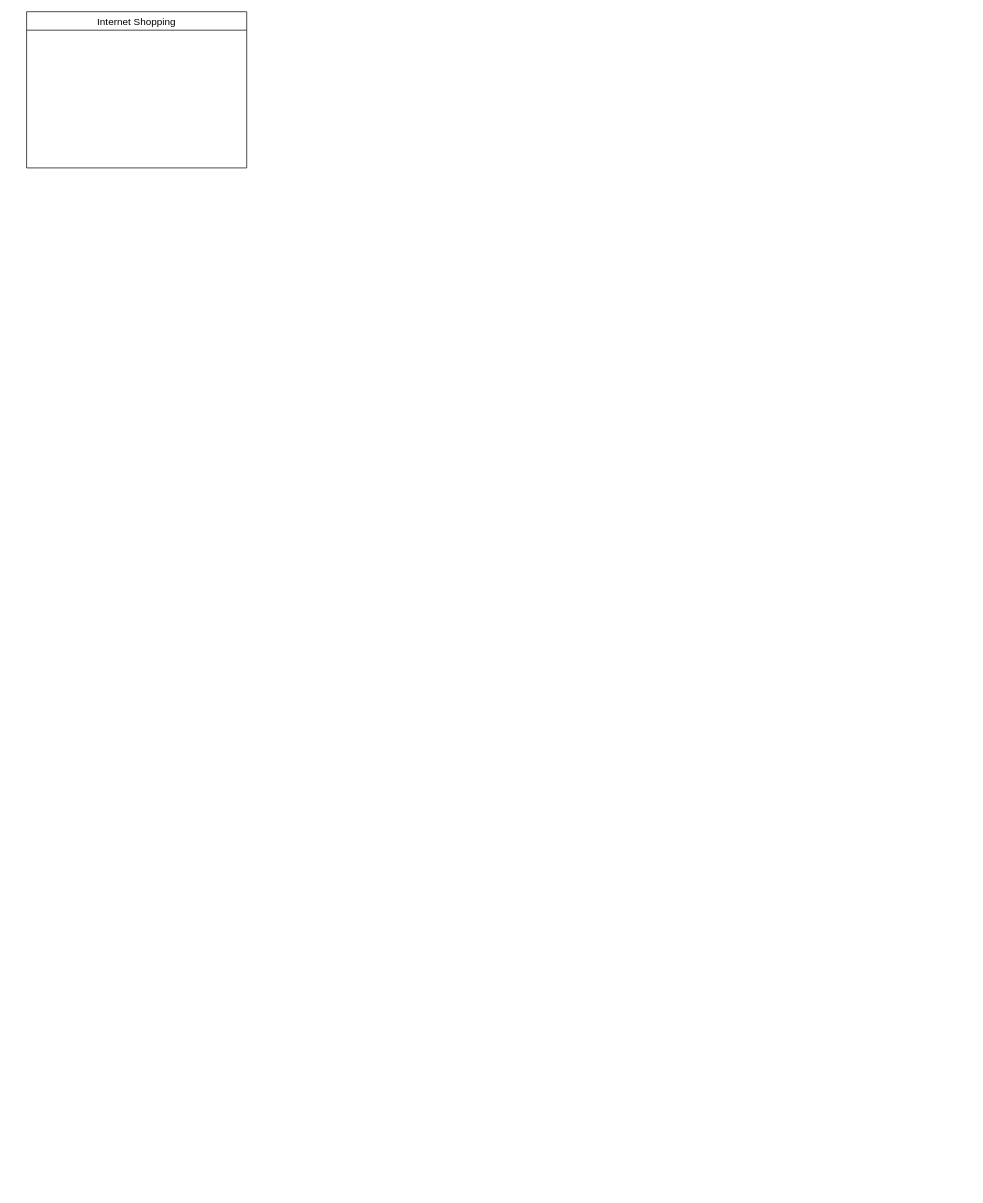
Earlier version of the draw.io diagram obos7th.drawio (mati-tech/draw.io). Source tidied: cells renumbered, new cells numbered last; positions are measured from the earlier drawing's top-left corner, leaving out a move shared by most shapes. Both pictures are drawn from the tidied source at 71%, with x=0, y=0 at pixel (26, 11).
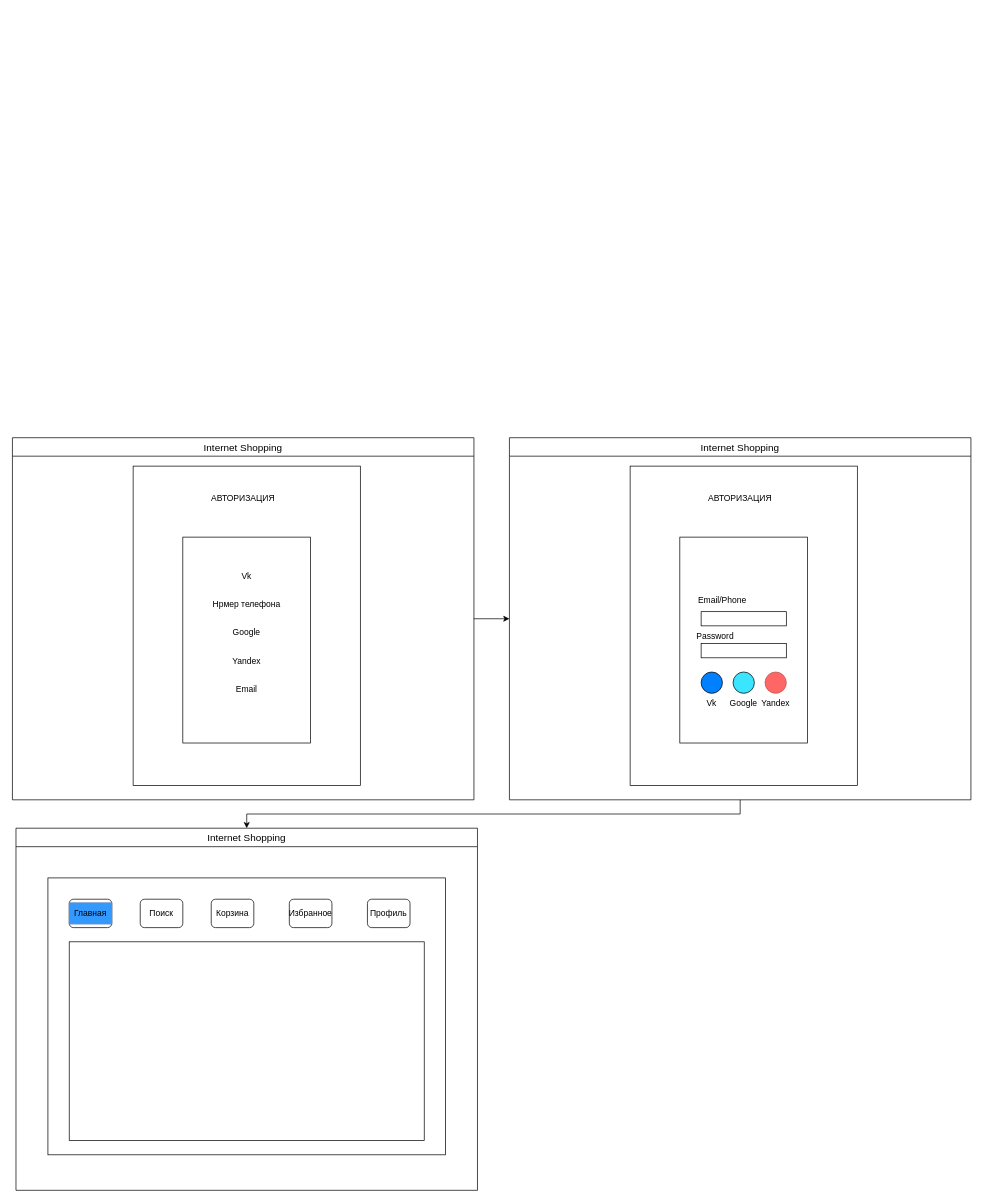
Above is the later version.

Change to the diagram source:
```diff
@@
-    <mxCell id="2" value="Internet Shopping" style="swimlane;fontStyle=0;horizontal=1;startSize=26;align=center;fontSize=14;" parent="1" vertex="1">
-      <mxGeometry width="310" height="220" as="geometry" />
-    </mxCell>
+    <mxCell id="3" style="edgeStyle=orthogonalEdgeStyle;rounded=0;jettySize=auto;html=1;entryX=0;entryY=0.5;entryDx=0;entryDy=0;" parent="1" edge="1" source="4" target="14">
+      <mxGeometry relative="1" as="geometry" />
+    </mxCell>
+    <mxCell id="4" value="Internet Shopping" style="swimlane;fontStyle=0;horizontal=1;startSize=26;align=center;fontSize=14;" parent="1" vertex="1">
+      <mxGeometry x="-20" y="600" width="650" height="510" as="geometry" />
+    </mxCell>
+    <mxCell id="5" style="rounded=0;whiteSpace=wrap;html=1;" parent="1" vertex="1">
+      <mxGeometry x="150" y="640" width="320" height="450" as="geometry" />
+    </mxCell>
+    <mxCell id="6" style="rounded=0;whiteSpace=wrap;html=1;" parent="1" vertex="1">
+      <mxGeometry x="220" y="740" width="180" height="290" as="geometry" />
+    </mxCell>
+    <mxCell id="7" value="Yandex" style="text;html=1;align=center;verticalAlign=middle;whiteSpace=wrap;rounded=0;" parent="1" vertex="1">
+      <mxGeometry x="280" y="900" width="60" height="30" as="geometry" />
+    </mxCell>
+    <mxCell id="8" value="Vk" style="text;html=1;align=center;verticalAlign=middle;whiteSpace=wrap;rounded=0;" parent="1" vertex="1">
+      <mxGeometry x="280" y="780" width="60" height="30" as="geometry" />
+    </mxCell>
+    <mxCell id="9" value="Нрмер телефона" style="text;html=1;align=center;verticalAlign=middle;whiteSpace=wrap;rounded=0;" parent="1" vertex="1">
+      <mxGeometry x="260" y="820" width="100" height="30" as="geometry" />
+    </mxCell>
+    <mxCell id="10" value="Google" style="text;html=1;align=center;verticalAlign=middle;whiteSpace=wrap;rounded=0;" parent="1" vertex="1">
+      <mxGeometry x="280" y="860" width="60" height="30" as="geometry" />
+    </mxCell>
+    <mxCell id="11" value="АВТОРИЗАЦИЯ" style="text;html=1;align=center;verticalAlign=middle;whiteSpace=wrap;rounded=0;" parent="1" vertex="1">
+      <mxGeometry x="275" y="670" width="60" height="30" as="geometry" />
+    </mxCell>
+    <mxCell id="12" value="Email" style="text;html=1;align=center;verticalAlign=middle;whiteSpace=wrap;rounded=0;" parent="1" vertex="1">
+      <mxGeometry x="280" y="940" width="60" height="30" as="geometry" />
+    </mxCell>
+    <mxCell id="13" style="edgeStyle=orthogonalEdgeStyle;rounded=0;jettySize=auto;html=1;entryX=0.5;entryY=0;entryDx=0;entryDy=0;" parent="1" edge="1" source="14" target="28">
+      <mxGeometry relative="1" as="geometry">
+        <Array as="points">
+          <mxPoint x="1005" y="1130" />
+          <mxPoint x="310" y="1130" />
+        </Array>
+      </mxGeometry>
+    </mxCell>
+    <mxCell id="14" value="Internet Shopping" style="swimlane;fontStyle=0;horizontal=1;startSize=26;align=center;fontSize=14;" parent="1" vertex="1">
+      <mxGeometry x="680" y="600" width="650" height="510" as="geometry" />
+    </mxCell>
+    <mxCell id="15" style="rounded=0;whiteSpace=wrap;html=1;" parent="1" vertex="1">
+      <mxGeometry x="850" y="640" width="320" height="450" as="geometry" />
+    </mxCell>
+    <mxCell id="16" style="rounded=0;whiteSpace=wrap;html=1;" parent="1" vertex="1">
+      <mxGeometry x="920" y="740" width="180" height="290" as="geometry" />
+    </mxCell>
+    <mxCell id="17" value="АВТОРИЗАЦИЯ" style="text;html=1;align=center;verticalAlign=middle;whiteSpace=wrap;rounded=0;" parent="1" vertex="1">
+      <mxGeometry x="975" y="670" width="60" height="30" as="geometry" />
+    </mxCell>
+    <mxCell id="18" style="rounded=0;whiteSpace=wrap;html=1;" parent="1" vertex="1">
+      <mxGeometry x="950" y="845" width="120" height="20" as="geometry" />
+    </mxCell>
+    <mxCell id="19" style="rounded=0;whiteSpace=wrap;html=1;" parent="1" vertex="1">
+      <mxGeometry x="950" y="890" width="120" height="20" as="geometry" />
+    </mxCell>
+    <mxCell id="20" value="Email/Phone" style="text;html=1;align=center;verticalAlign=middle;whiteSpace=wrap;rounded=0;" parent="1" vertex="1">
+      <mxGeometry x="950" y="815" width="60" height="30" as="geometry" />
+    </mxCell>
+    <mxCell id="21" value="Password" style="text;html=1;align=center;verticalAlign=middle;whiteSpace=wrap;rounded=0;" parent="1" vertex="1">
+      <mxGeometry x="940" y="865" width="60" height="30" as="geometry" />
+    </mxCell>
+    <mxCell id="22" style="ellipse;whiteSpace=wrap;html=1;fillColor=#007FFF;" parent="1" vertex="1">
+      <mxGeometry x="950" y="930" width="30" height="30" as="geometry" />
+    </mxCell>
+    <mxCell id="23" style="ellipse;whiteSpace=wrap;html=1;fillColor=#3BE5FF;" parent="1" vertex="1">
+      <mxGeometry x="995" y="930" width="30" height="30" as="geometry" />
+    </mxCell>
+    <mxCell id="24" style="ellipse;whiteSpace=wrap;html=1;fillColor=#FF6666;strokeColor=#b85450;" parent="1" vertex="1">
+      <mxGeometry x="1040" y="930" width="30" height="30" as="geometry" />
+    </mxCell>
+    <mxCell id="25" value="Vk" style="text;html=1;align=center;verticalAlign=middle;whiteSpace=wrap;rounded=0;" parent="1" vertex="1">
+      <mxGeometry x="935" y="960" width="60" height="30" as="geometry" />
+    </mxCell>
+    <mxCell id="26" value="Google" style="text;html=1;align=center;verticalAlign=middle;whiteSpace=wrap;rounded=0;" parent="1" vertex="1">
+      <mxGeometry x="980" y="960" width="60" height="30" as="geometry" />
+    </mxCell>
+    <mxCell id="27" value="Yandex" style="text;html=1;align=center;verticalAlign=middle;whiteSpace=wrap;rounded=0;" parent="1" vertex="1">
+      <mxGeometry x="1025" y="960" width="60" height="30" as="geometry" />
+    </mxCell>
+    <mxCell id="28" value="Internet Shopping" style="swimlane;fontStyle=0;horizontal=1;startSize=26;align=center;fontSize=14;" parent="1" vertex="1">
+      <mxGeometry x="-15" y="1150" width="650" height="510" as="geometry" />
+    </mxCell>
+    <mxCell id="29" style="rounded=0;whiteSpace=wrap;html=1;" parent="1" vertex="1">
+      <mxGeometry x="30" y="1220" width="560" height="390" as="geometry" />
+    </mxCell>
+    <mxCell id="30" style="rounded=1;whiteSpace=wrap;html=1;" parent="1" vertex="1">
+      <mxGeometry x="60" y="1250" width="60" height="40" as="geometry" />
+    </mxCell>
+    <mxCell id="31" style="rounded=1;whiteSpace=wrap;html=1;" parent="1" vertex="1">
+      <mxGeometry x="160" y="1250" width="60" height="40" as="geometry" />
+    </mxCell>
+    <mxCell id="32" style="rounded=1;whiteSpace=wrap;html=1;" parent="1" vertex="1">
+      <mxGeometry x="480" y="1250" width="60" height="40" as="geometry" />
+    </mxCell>
+    <mxCell id="33" style="rounded=1;whiteSpace=wrap;html=1;" parent="1" vertex="1">
+      <mxGeometry x="370" y="1250" width="60" height="40" as="geometry" />
+    </mxCell>
+    <mxCell id="34" style="rounded=1;whiteSpace=wrap;html=1;" parent="1" vertex="1">
+      <mxGeometry x="260" y="1250" width="60" height="40" as="geometry" />
+    </mxCell>
+    <mxCell id="35" value="Главная" style="text;html=1;align=center;verticalAlign=middle;whiteSpace=wrap;rounded=0;fillColor=#3399FF;strokeColor=#6c8ebf;" parent="1" vertex="1">
+      <mxGeometry x="60" y="1255" width="60" height="30" as="geometry" />
+    </mxCell>
+    <mxCell id="36" value="Профиль" style="text;html=1;align=center;verticalAlign=middle;whiteSpace=wrap;rounded=0;" parent="1" vertex="1">
+      <mxGeometry x="480" y="1255" width="60" height="30" as="geometry" />
+    </mxCell>
+    <mxCell id="37" value="Избранное" style="text;html=1;align=center;verticalAlign=middle;whiteSpace=wrap;rounded=0;" parent="1" vertex="1">
+      <mxGeometry x="370" y="1255" width="60" height="30" as="geometry" />
+    </mxCell>
+    <mxCell id="38" value="Корзина" style="text;html=1;align=center;verticalAlign=middle;whiteSpace=wrap;rounded=0;" parent="1" vertex="1">
+      <mxGeometry x="260" y="1255" width="60" height="30" as="geometry" />
+    </mxCell>
+    <mxCell id="39" value="Поиск" style="text;html=1;align=center;verticalAlign=middle;whiteSpace=wrap;rounded=0;" parent="1" vertex="1">
+      <mxGeometry x="160" y="1255" width="60" height="30" as="geometry" />
+    </mxCell>
+    <mxCell id="40" style="rounded=0;whiteSpace=wrap;html=1;" parent="1" vertex="1">
+      <mxGeometry x="60" y="1310" width="500" height="280" as="geometry" />
+    </mxCell>
```
